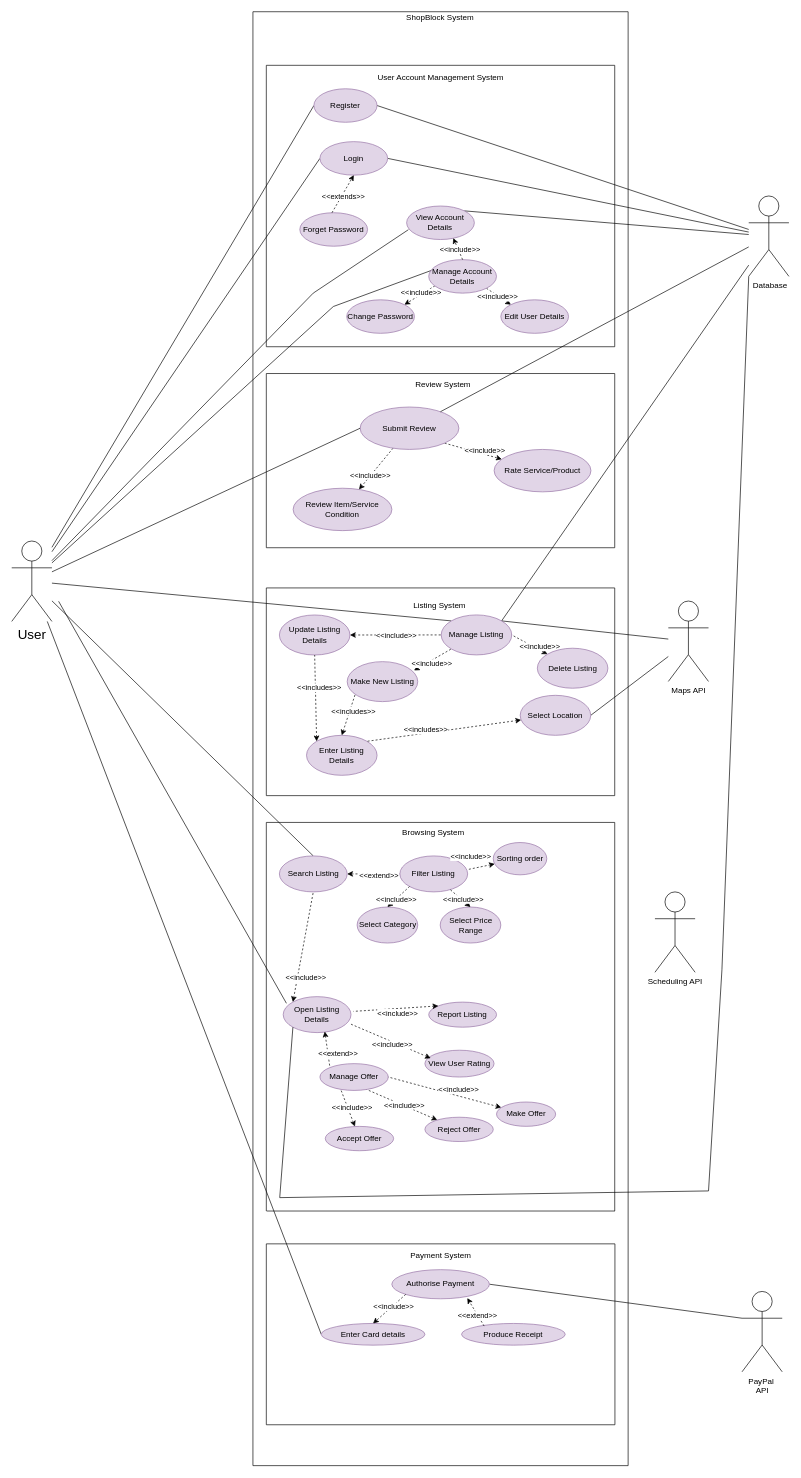
Above: lab3/Codes/UseCaseLab3.drawio in KuaLiMin/ShopBlock (draw.io), before the change. Source tidied: cells renumbered, new cells numbered last; positions are measured from the earlier drawing's top-left corner, leaving out a move shared by most shapes. Both pictures are drawn from the tidied source at 67%, with x=0, y=0 at pixel (11, 11).
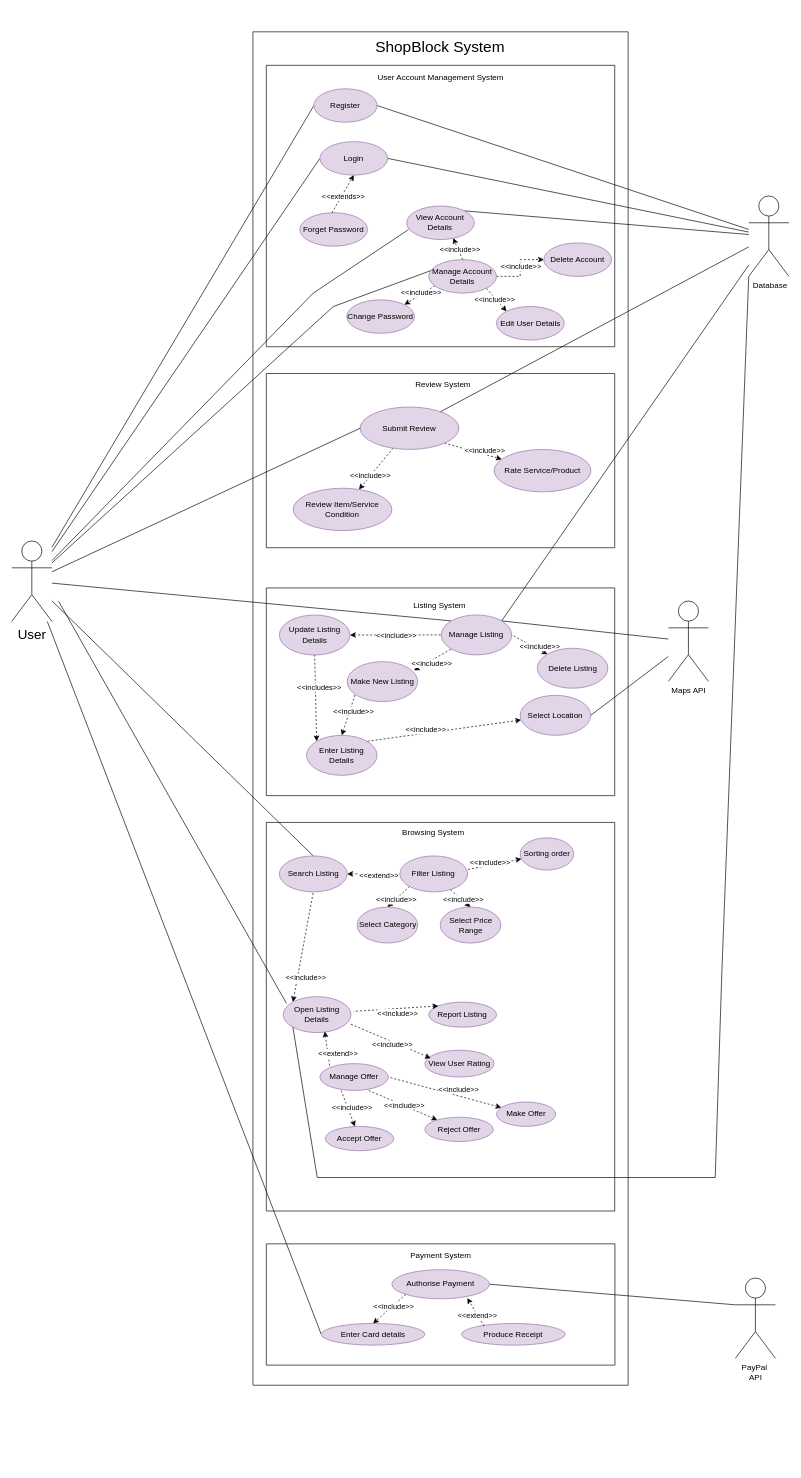
The same page after the edit.

The change refers to these unchanged cells:
```xml
<mxCell id="30" value="&amp;nbsp;Database" style="shape=umlActor;verticalLabelPosition=bottom;verticalAlign=top;html=1;outlineConnect=0;" parent="1" vertex="1">
  <mxGeometry x="1100" y="275" width="60" height="120" as="geometry" />
</mxCell>
<mxCell id="56" value="Manage Account Details" style="ellipse;whiteSpace=wrap;html=1;fillColor=#e1d5e7;strokeColor=#9673a6;" parent="1" vertex="1">
  <mxGeometry x="622.4" y="370" width="101.1" height="50" as="geometry" />
</mxCell>
<mxCell id="78" value="Open Listing Details" style="ellipse;whiteSpace=wrap;html=1;fillColor=#e1d5e7;strokeColor=#9673a6;" parent="1" vertex="1">
  <mxGeometry x="405.2" y="1470" width="101.2" height="53.7" as="geometry" />
</mxCell>
<mxCell id="104" style="rounded=0;jettySize=auto;html=1;entryX=1;entryY=0;entryDx=0;entryDy=0;dashed=1;startArrow=classic;startFill=1;endArrow=none;endFill=0;" parent="1" edge="1" source="112" target="100">
  <mxGeometry relative="1" as="geometry" />
</mxCell>
<mxCell id="109" style="rounded=0;jettySize=auto;html=1;entryX=0.113;entryY=0.819;entryDx=0;entryDy=0;dashed=1;startArrow=classic;startFill=1;endArrow=none;endFill=0;exitX=0.5;exitY=0;exitDx=0;exitDy=0;entryPerimeter=0;" parent="1" edge="1" source="100" target="106">
  <mxGeometry relative="1" as="geometry" />
</mxCell>
<mxCell id="137" style="rounded=0;jettySize=auto;html=1;dashed=1;endArrow=none;endFill=0;startArrow=classic;startFill=1;entryX=1.002;entryY=0.378;entryDx=0;entryDy=0;entryPerimeter=0;" parent="1" edge="1" source="77" target="71">
  <mxGeometry relative="1" as="geometry" />
</mxCell>
```

The edit, as a diff of the source:
```diff
@@
     <mxCell id="2" style="endArrow=none;html=1;rounded=0;" parent="1" edge="1">
       <mxGeometry relative="1" as="geometry">
-        <mxPoint x="920" y="2170" as="sourcePoint" />
-        <mxPoint x="920" as="targetPoint" />
+        <mxPoint x="920" y="2050" as="sourcePoint" />
+        <mxPoint x="920" y="30" as="targetPoint" />
       </mxGeometry>
     </mxCell>
@@
-    <mxCell id="33" value="Scheduling API" style="shape=umlActor;verticalLabelPosition=bottom;verticalAlign=top;html=1;" parent="1" vertex="1">
-      <mxGeometry x="960" y="1313.7" width="60" height="120" as="geometry" />
-    </mxCell>
     <mxCell id="34" value="PayPal&amp;nbsp;&lt;div&gt;API&lt;/div&gt;" style="shape=umlActor;verticalLabelPosition=bottom;verticalAlign=top;html=1;outlineConnect=0;" parent="1" vertex="1">
-      <mxGeometry x="1090" y="1910" width="60" height="120" as="geometry" />
+      <mxGeometry x="1080" y="1890" width="60" height="120" as="geometry" />
     </mxCell>
@@
     <mxCell id="41" style="endArrow=none;html=1;rounded=0;" parent="1" edge="1">
       <mxGeometry relative="1" as="geometry">
-        <mxPoint x="360" y="2170" as="sourcePoint" />
-        <mxPoint x="360" as="targetPoint" />
+        <mxPoint x="360" y="2050" as="sourcePoint" />
+        <mxPoint x="360" y="30" as="targetPoint" />
       </mxGeometry>
     </mxCell>
     <mxCell id="42" style="endArrow=none;html=1;rounded=0;" parent="1" edge="1">
       <mxGeometry relative="1" as="geometry">
-        <mxPoint x="360" as="sourcePoint" />
-        <mxPoint x="920" as="targetPoint" />
+        <mxPoint x="360" y="30" as="sourcePoint" />
+        <mxPoint x="920" y="30" as="targetPoint" />
       </mxGeometry>
     </mxCell>
     <mxCell id="43" style="endArrow=none;html=1;rounded=0;" parent="1" edge="1">
       <mxGeometry relative="1" as="geometry">
-        <mxPoint x="360" y="2170" as="sourcePoint" />
-        <mxPoint x="920" y="2170" as="targetPoint" />
+        <mxPoint x="360.2" y="2050" as="sourcePoint" />
+        <mxPoint x="920.2" y="2050" as="targetPoint" />
       </mxGeometry>
     </mxCell>
-    <mxCell id="44" value="ShopBlock System" style="text;html=1;align=center;verticalAlign=middle;whiteSpace=wrap;rounded=0;" parent="1" vertex="1">
-      <mxGeometry x="506.3" width="267.3" height="18.6" as="geometry" />
+    <mxCell id="44" value="ShopBlock System" style="text;html=1;align=center;verticalAlign=middle;whiteSpace=wrap;rounded=0;fontSize=23;" parent="1" vertex="1">
+      <mxGeometry x="506.3" y="43" width="267.3" height="18.6" as="geometry" />
     </mxCell>
@@
     <mxCell id="52" value="Edit User Details" style="ellipse;whiteSpace=wrap;html=1;fillColor=#e1d5e7;strokeColor=#9673a6;" parent="1" vertex="1">
-      <mxGeometry x="730" y="430" width="101.1" height="50" as="geometry" />
+      <mxGeometry x="723.5" y="440" width="101.1" height="50" as="geometry" />
     </mxCell>
@@
+    <mxCell id="139" style="edgeStyle=orthogonalEdgeStyle;rounded=0;jettySize=auto;html=1;dashed=1;" parent="1" edge="1" source="56" target="140">
+      <mxGeometry relative="1" as="geometry" />
+    </mxCell>
@@
     <mxCell id="77" value="Sorting order" style="ellipse;whiteSpace=wrap;html=1;fillColor=#e1d5e7;strokeColor=#9673a6;" parent="1" vertex="1">
-      <mxGeometry x="718.7" y="1240" width="79.9" height="48.2" as="geometry" />
+      <mxGeometry x="758.9" y="1232.9" width="79.9" height="48.2" as="geometry" />
     </mxCell>
@@
-    <mxCell id="105" value="&amp;lt;&amp;lt;includes&amp;gt;&amp;gt;" style="edgeLabel;html=1;align=center;verticalAlign=middle;" parent="104" vertex="1">
+    <mxCell id="105" value="&amp;lt;&amp;lt;include&amp;gt;&amp;gt;" style="edgeLabel;html=1;align=center;verticalAlign=middle;" parent="104" vertex="1">
       <mxGeometry x="0.24" y="-5" relative="1" as="geometry" />
     </mxCell>
@@
-    <mxCell id="110" value="&amp;lt;&amp;lt;includes&amp;gt;&amp;gt;" style="edgeLabel;html=1;align=center;verticalAlign=middle;" parent="109" vertex="1">
+    <mxCell id="110" value="&amp;lt;&amp;lt;include&amp;gt;&amp;gt;" style="edgeLabel;html=1;align=center;verticalAlign=middle;" parent="109" vertex="1">
       <mxGeometry x="0.24" y="-5" relative="1" as="geometry" />
     </mxCell>
@@
     <mxCell id="121" style="group;" parent="1" vertex="1">
-      <mxGeometry x="380" y="1839" width="520.3" height="270" as="geometry" />
+      <mxGeometry x="380" y="1839" width="520.3" height="181" as="geometry" />
     </mxCell>
     <mxCell id="122" style="endArrow=none;html=1;rounded=0;" parent="121" edge="1">
       <mxGeometry relative="1" as="geometry">
-        <mxPoint y="270" as="sourcePoint" />
+        <mxPoint y="181" as="sourcePoint" />
         <mxPoint as="targetPoint" />
       </mxGeometry>
     </mxCell>
     <mxCell id="123" style="endArrow=none;html=1;rounded=0;" parent="121" edge="1">
       <mxGeometry relative="1" as="geometry">
-        <mxPoint y="270" as="sourcePoint" />
-        <mxPoint x="520.3" y="270" as="targetPoint" />
+        <mxPoint y="181" as="sourcePoint" />
+        <mxPoint x="520.3" y="181" as="targetPoint" />
       </mxGeometry>
     </mxCell>
     <mxCell id="124" style="endArrow=none;html=1;rounded=0;" parent="121" edge="1">
       <mxGeometry relative="1" as="geometry">
-        <mxPoint x="520.3" y="270" as="sourcePoint" />
+        <mxPoint x="520.3" y="181" as="sourcePoint" />
         <mxPoint x="520.3" as="targetPoint" />
       </mxGeometry>
     </mxCell>
@@
     <mxCell id="129" style="endArrow=none;html=1;rounded=0;exitX=0;exitY=1;exitDx=0;exitDy=0;entryX=0;entryY=1;entryDx=0;entryDy=0;entryPerimeter=0;" parent="1" edge="1" source="78" target="30">
       <mxGeometry relative="1" as="geometry">
         <Array as="points">
-          <mxPoint x="400" y="1770" />
-          <mxPoint x="1040" y="1760" />
+          <mxPoint x="456" y="1740" />
+          <mxPoint x="1050" y="1740" />
           <mxPoint x="1060" y="1430" />
         </Array>
       </mxGeometry>
     </mxCell>
@@
     <mxCell id="138" value="&amp;lt;&amp;lt;include&amp;gt;&amp;gt;" style="edgeLabel;html=1;align=center;verticalAlign=middle;" parent="137" vertex="1">
       <mxGeometry x="0.02" relative="1" as="geometry">
-        <mxPoint x="-16" y="-16" as="offset" />
+        <mxPoint x="-6" y="-3" as="offset" />
       </mxGeometry>
     </mxCell>
+    <mxCell id="140" value="Delete Account" style="ellipse;whiteSpace=wrap;html=1;fillColor=#e1d5e7;strokeColor=#9673a6;" parent="1" vertex="1">
+      <mxGeometry x="794.2" y="345" width="101.1" height="50" as="geometry" />
+    </mxCell>
+    <mxCell id="141" value="&amp;lt;&amp;lt;include&amp;gt;&amp;gt;" style="edgeLabel;html=1;align=center;verticalAlign=middle;" parent="1" vertex="1">
+      <mxGeometry x="759" y="380" as="geometry" />
+    </mxCell>
```
